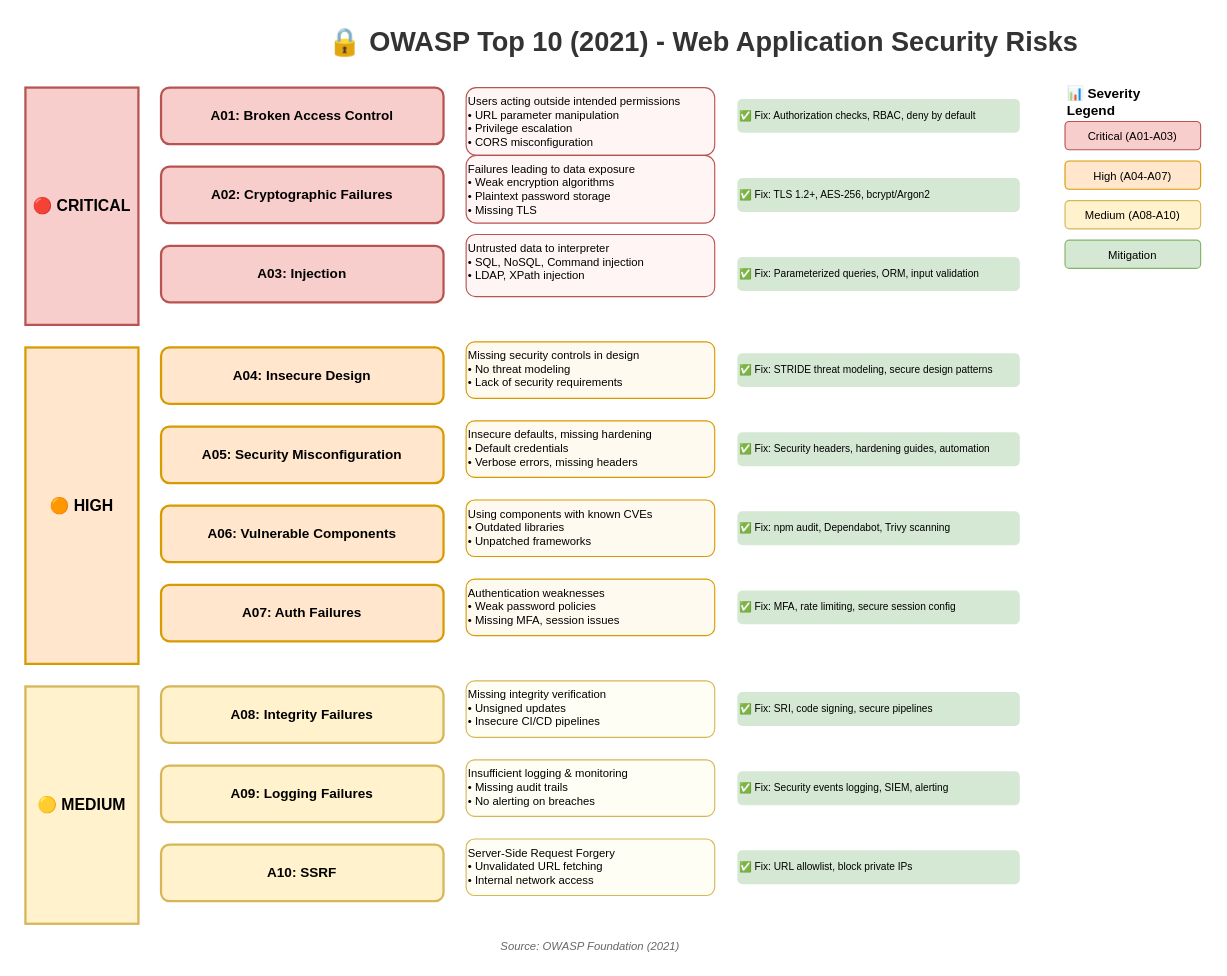
This is lesson-06-security/01-application-security/1.1-owasp-top-10.drawio from MrParkerZ7/document-lesson-software-architect-x-claude, a draw.io file, before an edit. Source tidied: cells renumbered, new cells numbered last; positions are measured from the earlier drawing's top-left corner, leaving out a move shared by most shapes. Both pictures are drawn from the tidied source at 113%, with x=0, y=0 at pixel (25, 19).
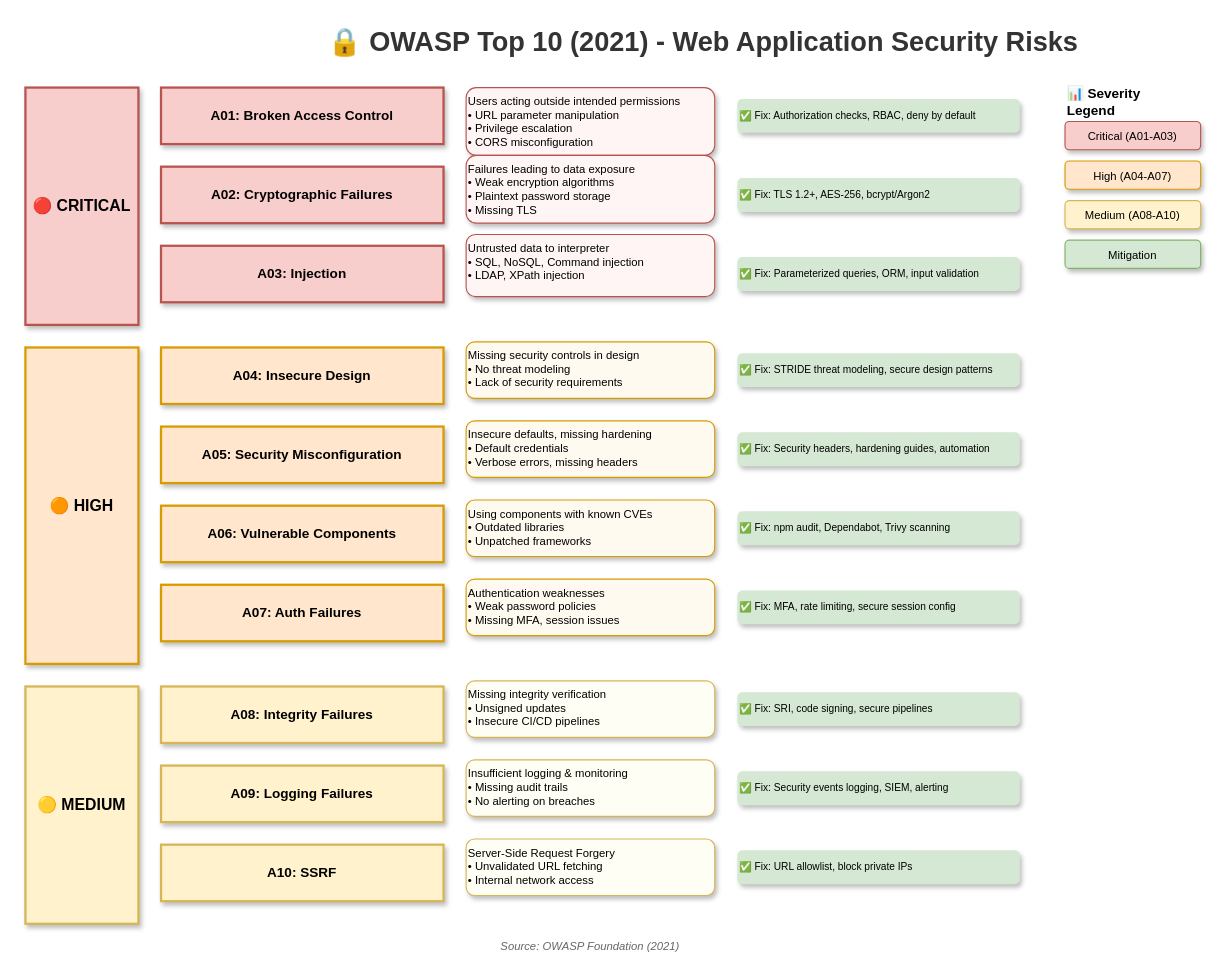
Above is the later version.

Diff of the diagram source:
```diff
@@
-    <mxCell id="3" value="🔴 CRITICAL" style="rounded=0;whiteSpace=wrap;html=1;fillColor=#f8cecc;strokeColor=#b85450;strokeWidth=2;fontSize=14;fontStyle=1;verticalAlign=middle;" parent="1" vertex="1">
+    <mxCell id="3" value="🔴 CRITICAL" style="rounded=0;whiteSpace=wrap;html=1;fillColor=#f8cecc;strokeColor=#b85450;strokeWidth=2;fontSize=14;fontStyle=1;verticalAlign=middle;shadow=1;" parent="1" vertex="1">
       <mxGeometry y="60" width="100" height="210" as="geometry" />
     </mxCell>
-    <mxCell id="4" value="A01: Broken Access Control" style="rounded=1;whiteSpace=wrap;html=1;fillColor=#f8cecc;strokeColor=#b85450;strokeWidth=2;fontSize=12;fontStyle=1;" parent="1" vertex="1">
+    <mxCell id="4" value="A01: Broken Access Control" style="rounded=0;whiteSpace=wrap;html=1;fillColor=#f8cecc;strokeColor=#b85450;strokeWidth=2;fontSize=12;fontStyle=1;shadow=1;" parent="1" vertex="1">
       <mxGeometry x="120" y="60" width="250" height="50" as="geometry" />
     </mxCell>
-    <mxCell id="5" value="Users acting outside intended permissions&#10;• URL parameter manipulation&#10;• Privilege escalation&#10;• CORS misconfiguration" style="text;html=1;strokeColor=#b85450;fillColor=#fff5f5;align=left;verticalAlign=top;whiteSpace=wrap;rounded=1;fontSize=10;" parent="1" vertex="1">
+    <mxCell id="5" value="Users acting outside intended permissions&#10;• URL parameter manipulation&#10;• Privilege escalation&#10;• CORS misconfiguration" style="text;html=1;strokeColor=#b85450;fillColor=#fff5f5;align=left;verticalAlign=top;whiteSpace=wrap;rounded=1;fontSize=10;shadow=1;" parent="1" vertex="1">
       <mxGeometry x="390" y="60" width="220" height="60" as="geometry" />
     </mxCell>
-    <mxCell id="6" value="✅ Fix: Authorization checks, RBAC, deny by default" style="text;html=1;strokeColor=none;fillColor=#d5e8d4;align=left;verticalAlign=middle;whiteSpace=wrap;rounded=1;fontSize=9;" parent="1" vertex="1">
+    <mxCell id="6" value="✅ Fix: Authorization checks, RBAC, deny by default" style="text;html=1;strokeColor=none;fillColor=#d5e8d4;align=left;verticalAlign=middle;whiteSpace=wrap;rounded=1;fontSize=9;shadow=1;" parent="1" vertex="1">
       <mxGeometry x="630" y="70" width="250" height="30" as="geometry" />
     </mxCell>
-    <mxCell id="7" value="A02: Cryptographic Failures" style="rounded=1;whiteSpace=wrap;html=1;fillColor=#f8cecc;strokeColor=#b85450;strokeWidth=2;fontSize=12;fontStyle=1;" parent="1" vertex="1">
+    <mxCell id="7" value="A02: Cryptographic Failures" style="rounded=0;whiteSpace=wrap;html=1;fillColor=#f8cecc;strokeColor=#b85450;strokeWidth=2;fontSize=12;fontStyle=1;shadow=1;" parent="1" vertex="1">
       <mxGeometry x="120" y="130" width="250" height="50" as="geometry" />
     </mxCell>
-    <mxCell id="8" value="Failures leading to data exposure&#10;• Weak encryption algorithms&#10;• Plaintext password storage&#10;• Missing TLS" style="text;html=1;strokeColor=#b85450;fillColor=#fff5f5;align=left;verticalAlign=top;whiteSpace=wrap;rounded=1;fontSize=10;" parent="1" vertex="1">
+    <mxCell id="8" value="Failures leading to data exposure&#10;• Weak encryption algorithms&#10;• Plaintext password storage&#10;• Missing TLS" style="text;html=1;strokeColor=#b85450;fillColor=#fff5f5;align=left;verticalAlign=top;whiteSpace=wrap;rounded=1;fontSize=10;shadow=1;" parent="1" vertex="1">
       <mxGeometry x="390" y="120" width="220" height="60" as="geometry" />
     </mxCell>
-    <mxCell id="9" value="✅ Fix: TLS 1.2+, AES-256, bcrypt/Argon2" style="text;html=1;strokeColor=none;fillColor=#d5e8d4;align=left;verticalAlign=middle;whiteSpace=wrap;rounded=1;fontSize=9;" parent="1" vertex="1">
+    <mxCell id="9" value="✅ Fix: TLS 1.2+, AES-256, bcrypt/Argon2" style="text;html=1;strokeColor=none;fillColor=#d5e8d4;align=left;verticalAlign=middle;whiteSpace=wrap;rounded=1;fontSize=9;shadow=1;" parent="1" vertex="1">
       <mxGeometry x="630" y="140" width="250" height="30" as="geometry" />
     </mxCell>
-    <mxCell id="10" value="A03: Injection" style="rounded=1;whiteSpace=wrap;html=1;fillColor=#f8cecc;strokeColor=#b85450;strokeWidth=2;fontSize=12;fontStyle=1;" parent="1" vertex="1">
+    <mxCell id="10" value="A03: Injection" style="rounded=0;whiteSpace=wrap;html=1;fillColor=#f8cecc;strokeColor=#b85450;strokeWidth=2;fontSize=12;fontStyle=1;shadow=1;" parent="1" vertex="1">
       <mxGeometry x="120" y="200" width="250" height="50" as="geometry" />
     </mxCell>
-    <mxCell id="11" value="Untrusted data to interpreter&#10;• SQL, NoSQL, Command injection&#10;• LDAP, XPath injection" style="text;html=1;strokeColor=#b85450;fillColor=#fff5f5;align=left;verticalAlign=top;whiteSpace=wrap;rounded=1;fontSize=10;" parent="1" vertex="1">
+    <mxCell id="11" value="Untrusted data to interpreter&#10;• SQL, NoSQL, Command injection&#10;• LDAP, XPath injection" style="text;html=1;strokeColor=#b85450;fillColor=#fff5f5;align=left;verticalAlign=top;whiteSpace=wrap;rounded=1;fontSize=10;shadow=1;" parent="1" vertex="1">
       <mxGeometry x="390" y="190" width="220" height="55" as="geometry" />
     </mxCell>
-    <mxCell id="12" value="✅ Fix: Parameterized queries, ORM, input validation" style="text;html=1;strokeColor=none;fillColor=#d5e8d4;align=left;verticalAlign=middle;whiteSpace=wrap;rounded=1;fontSize=9;" parent="1" vertex="1">
+    <mxCell id="12" value="✅ Fix: Parameterized queries, ORM, input validation" style="text;html=1;strokeColor=none;fillColor=#d5e8d4;align=left;verticalAlign=middle;whiteSpace=wrap;rounded=1;fontSize=9;shadow=1;" parent="1" vertex="1">
       <mxGeometry x="630" y="210" width="250" height="30" as="geometry" />
     </mxCell>
-    <mxCell id="13" value="🟠 HIGH" style="rounded=0;whiteSpace=wrap;html=1;fillColor=#ffe6cc;strokeColor=#d79b00;strokeWidth=2;fontSize=14;fontStyle=1;verticalAlign=middle;" parent="1" vertex="1">
+    <mxCell id="13" value="🟠 HIGH" style="rounded=0;whiteSpace=wrap;html=1;fillColor=#ffe6cc;strokeColor=#d79b00;strokeWidth=2;fontSize=14;fontStyle=1;verticalAlign=middle;shadow=1;" parent="1" vertex="1">
       <mxGeometry y="290" width="100" height="280" as="geometry" />
     </mxCell>
-    <mxCell id="14" value="A04: Insecure Design" style="rounded=1;whiteSpace=wrap;html=1;fillColor=#ffe6cc;strokeColor=#d79b00;strokeWidth=2;fontSize=12;fontStyle=1;" parent="1" vertex="1">
+    <mxCell id="14" value="A04: Insecure Design" style="rounded=0;whiteSpace=wrap;html=1;fillColor=#ffe6cc;strokeColor=#d79b00;strokeWidth=2;fontSize=12;fontStyle=1;shadow=1;" parent="1" vertex="1">
       <mxGeometry x="120" y="290" width="250" height="50" as="geometry" />
     </mxCell>
-    <mxCell id="15" value="Missing security controls in design&#10;• No threat modeling&#10;• Lack of security requirements" style="text;html=1;strokeColor=#d79b00;fillColor=#fffaf0;align=left;verticalAlign=top;whiteSpace=wrap;rounded=1;fontSize=10;" parent="1" vertex="1">
+    <mxCell id="15" value="Missing security controls in design&#10;• No threat modeling&#10;• Lack of security requirements" style="text;html=1;strokeColor=#d79b00;fillColor=#fffaf0;align=left;verticalAlign=top;whiteSpace=wrap;rounded=1;fontSize=10;shadow=1;" parent="1" vertex="1">
       <mxGeometry x="390" y="285" width="220" height="50" as="geometry" />
     </mxCell>
-    <mxCell id="16" value="✅ Fix: STRIDE threat modeling, secure design patterns" style="text;html=1;strokeColor=none;fillColor=#d5e8d4;align=left;verticalAlign=middle;whiteSpace=wrap;rounded=1;fontSize=9;" parent="1" vertex="1">
+    <mxCell id="16" value="✅ Fix: STRIDE threat modeling, secure design patterns" style="text;html=1;strokeColor=none;fillColor=#d5e8d4;align=left;verticalAlign=middle;whiteSpace=wrap;rounded=1;fontSize=9;shadow=1;" parent="1" vertex="1">
       <mxGeometry x="630" y="295" width="250" height="30" as="geometry" />
     </mxCell>
-    <mxCell id="17" value="A05: Security Misconfiguration" style="rounded=1;whiteSpace=wrap;html=1;fillColor=#ffe6cc;strokeColor=#d79b00;strokeWidth=2;fontSize=12;fontStyle=1;" parent="1" vertex="1">
+    <mxCell id="17" value="A05: Security Misconfiguration" style="rounded=0;whiteSpace=wrap;html=1;fillColor=#ffe6cc;strokeColor=#d79b00;strokeWidth=2;fontSize=12;fontStyle=1;shadow=1;" parent="1" vertex="1">
       <mxGeometry x="120" y="360" width="250" height="50" as="geometry" />
     </mxCell>
-    <mxCell id="18" value="Insecure defaults, missing hardening&#10;• Default credentials&#10;• Verbose errors, missing headers" style="text;html=1;strokeColor=#d79b00;fillColor=#fffaf0;align=left;verticalAlign=top;whiteSpace=wrap;rounded=1;fontSize=10;" parent="1" vertex="1">
+    <mxCell id="18" value="Insecure defaults, missing hardening&#10;• Default credentials&#10;• Verbose errors, missing headers" style="text;html=1;strokeColor=#d79b00;fillColor=#fffaf0;align=left;verticalAlign=top;whiteSpace=wrap;rounded=1;fontSize=10;shadow=1;" parent="1" vertex="1">
       <mxGeometry x="390" y="355" width="220" height="50" as="geometry" />
     </mxCell>
-    <mxCell id="19" value="✅ Fix: Security headers, hardening guides, automation" style="text;html=1;strokeColor=none;fillColor=#d5e8d4;align=left;verticalAlign=middle;whiteSpace=wrap;rounded=1;fontSize=9;" parent="1" vertex="1">
+    <mxCell id="19" value="✅ Fix: Security headers, hardening guides, automation" style="text;html=1;strokeColor=none;fillColor=#d5e8d4;align=left;verticalAlign=middle;whiteSpace=wrap;rounded=1;fontSize=9;shadow=1;" parent="1" vertex="1">
       <mxGeometry x="630" y="365" width="250" height="30" as="geometry" />
     </mxCell>
-    <mxCell id="20" value="A06: Vulnerable Components" style="rounded=1;whiteSpace=wrap;html=1;fillColor=#ffe6cc;strokeColor=#d79b00;strokeWidth=2;fontSize=12;fontStyle=1;" parent="1" vertex="1">
+    <mxCell id="20" value="A06: Vulnerable Components" style="rounded=0;whiteSpace=wrap;html=1;fillColor=#ffe6cc;strokeColor=#d79b00;strokeWidth=2;fontSize=12;fontStyle=1;shadow=1;" parent="1" vertex="1">
       <mxGeometry x="120" y="430" width="250" height="50" as="geometry" />
     </mxCell>
-    <mxCell id="21" value="Using components with known CVEs&#10;• Outdated libraries&#10;• Unpatched frameworks" style="text;html=1;strokeColor=#d79b00;fillColor=#fffaf0;align=left;verticalAlign=top;whiteSpace=wrap;rounded=1;fontSize=10;" parent="1" vertex="1">
+    <mxCell id="21" value="Using components with known CVEs&#10;• Outdated libraries&#10;• Unpatched frameworks" style="text;html=1;strokeColor=#d79b00;fillColor=#fffaf0;align=left;verticalAlign=top;whiteSpace=wrap;rounded=1;fontSize=10;shadow=1;" parent="1" vertex="1">
       <mxGeometry x="390" y="425" width="220" height="50" as="geometry" />
     </mxCell>
-    <mxCell id="22" value="✅ Fix: npm audit, Dependabot, Trivy scanning" style="text;html=1;strokeColor=none;fillColor=#d5e8d4;align=left;verticalAlign=middle;whiteSpace=wrap;rounded=1;fontSize=9;" parent="1" vertex="1">
+    <mxCell id="22" value="✅ Fix: npm audit, Dependabot, Trivy scanning" style="text;html=1;strokeColor=none;fillColor=#d5e8d4;align=left;verticalAlign=middle;whiteSpace=wrap;rounded=1;fontSize=9;shadow=1;" parent="1" vertex="1">
       <mxGeometry x="630" y="435" width="250" height="30" as="geometry" />
     </mxCell>
-    <mxCell id="23" value="A07: Auth Failures" style="rounded=1;whiteSpace=wrap;html=1;fillColor=#ffe6cc;strokeColor=#d79b00;strokeWidth=2;fontSize=12;fontStyle=1;" parent="1" vertex="1">
+    <mxCell id="23" value="A07: Auth Failures" style="rounded=0;whiteSpace=wrap;html=1;fillColor=#ffe6cc;strokeColor=#d79b00;strokeWidth=2;fontSize=12;fontStyle=1;shadow=1;" parent="1" vertex="1">
       <mxGeometry x="120" y="500" width="250" height="50" as="geometry" />
     </mxCell>
-    <mxCell id="24" value="Authentication weaknesses&#10;• Weak password policies&#10;• Missing MFA, session issues" style="text;html=1;strokeColor=#d79b00;fillColor=#fffaf0;align=left;verticalAlign=top;whiteSpace=wrap;rounded=1;fontSize=10;" parent="1" vertex="1">
+    <mxCell id="24" value="Authentication weaknesses&#10;• Weak password policies&#10;• Missing MFA, session issues" style="text;html=1;strokeColor=#d79b00;fillColor=#fffaf0;align=left;verticalAlign=top;whiteSpace=wrap;rounded=1;fontSize=10;shadow=1;" parent="1" vertex="1">
       <mxGeometry x="390" y="495" width="220" height="50" as="geometry" />
     </mxCell>
-    <mxCell id="25" value="✅ Fix: MFA, rate limiting, secure session config" style="text;html=1;strokeColor=none;fillColor=#d5e8d4;align=left;verticalAlign=middle;whiteSpace=wrap;rounded=1;fontSize=9;" parent="1" vertex="1">
+    <mxCell id="25" value="✅ Fix: MFA, rate limiting, secure session config" style="text;html=1;strokeColor=none;fillColor=#d5e8d4;align=left;verticalAlign=middle;whiteSpace=wrap;rounded=1;fontSize=9;shadow=1;" parent="1" vertex="1">
       <mxGeometry x="630" y="505" width="250" height="30" as="geometry" />
     </mxCell>
-    <mxCell id="26" value="🟡 MEDIUM" style="rounded=0;whiteSpace=wrap;html=1;fillColor=#fff2cc;strokeColor=#d6b656;strokeWidth=2;fontSize=14;fontStyle=1;verticalAlign=middle;" parent="1" vertex="1">
+    <mxCell id="26" value="🟡 MEDIUM" style="rounded=0;whiteSpace=wrap;html=1;fillColor=#fff2cc;strokeColor=#d6b656;strokeWidth=2;fontSize=14;fontStyle=1;verticalAlign=middle;shadow=1;" parent="1" vertex="1">
       <mxGeometry y="590" width="100" height="210" as="geometry" />
     </mxCell>
-    <mxCell id="27" value="A08: Integrity Failures" style="rounded=1;whiteSpace=wrap;html=1;fillColor=#fff2cc;strokeColor=#d6b656;strokeWidth=2;fontSize=12;fontStyle=1;" parent="1" vertex="1">
+    <mxCell id="27" value="A08: Integrity Failures" style="rounded=0;whiteSpace=wrap;html=1;fillColor=#fff2cc;strokeColor=#d6b656;strokeWidth=2;fontSize=12;fontStyle=1;shadow=1;" parent="1" vertex="1">
       <mxGeometry x="120" y="590" width="250" height="50" as="geometry" />
     </mxCell>
-    <mxCell id="28" value="Missing integrity verification&#10;• Unsigned updates&#10;• Insecure CI/CD pipelines" style="text;html=1;strokeColor=#d6b656;fillColor=#fffef5;align=left;verticalAlign=top;whiteSpace=wrap;rounded=1;fontSize=10;" parent="1" vertex="1">
+    <mxCell id="28" value="Missing integrity verification&#10;• Unsigned updates&#10;• Insecure CI/CD pipelines" style="text;html=1;strokeColor=#d6b656;fillColor=#fffef5;align=left;verticalAlign=top;whiteSpace=wrap;rounded=1;fontSize=10;shadow=1;" parent="1" vertex="1">
       <mxGeometry x="390" y="585" width="220" height="50" as="geometry" />
     </mxCell>
-    <mxCell id="29" value="✅ Fix: SRI, code signing, secure pipelines" style="text;html=1;strokeColor=none;fillColor=#d5e8d4;align=left;verticalAlign=middle;whiteSpace=wrap;rounded=1;fontSize=9;" parent="1" vertex="1">
+    <mxCell id="29" value="✅ Fix: SRI, code signing, secure pipelines" style="text;html=1;strokeColor=none;fillColor=#d5e8d4;align=left;verticalAlign=middle;whiteSpace=wrap;rounded=1;fontSize=9;shadow=1;" parent="1" vertex="1">
       <mxGeometry x="630" y="595" width="250" height="30" as="geometry" />
     </mxCell>
-    <mxCell id="30" value="A09: Logging Failures" style="rounded=1;whiteSpace=wrap;html=1;fillColor=#fff2cc;strokeColor=#d6b656;strokeWidth=2;fontSize=12;fontStyle=1;" parent="1" vertex="1">
+    <mxCell id="30" value="A09: Logging Failures" style="rounded=0;whiteSpace=wrap;html=1;fillColor=#fff2cc;strokeColor=#d6b656;strokeWidth=2;fontSize=12;fontStyle=1;shadow=1;" parent="1" vertex="1">
       <mxGeometry x="120" y="660" width="250" height="50" as="geometry" />
     </mxCell>
-    <mxCell id="31" value="Insufficient logging &amp; monitoring&#10;• Missing audit trails&#10;• No alerting on breaches" style="text;html=1;strokeColor=#d6b656;fillColor=#fffef5;align=left;verticalAlign=top;whiteSpace=wrap;rounded=1;fontSize=10;" parent="1" vertex="1">
+    <mxCell id="31" value="Insufficient logging &amp; monitoring&#10;• Missing audit trails&#10;• No alerting on breaches" style="text;html=1;strokeColor=#d6b656;fillColor=#fffef5;align=left;verticalAlign=top;whiteSpace=wrap;rounded=1;fontSize=10;shadow=1;" parent="1" vertex="1">
       <mxGeometry x="390" y="655" width="220" height="50" as="geometry" />
     </mxCell>
-    <mxCell id="32" value="✅ Fix: Security events logging, SIEM, alerting" style="text;html=1;strokeColor=none;fillColor=#d5e8d4;align=left;verticalAlign=middle;whiteSpace=wrap;rounded=1;fontSize=9;" parent="1" vertex="1">
+    <mxCell id="32" value="✅ Fix: Security events logging, SIEM, alerting" style="text;html=1;strokeColor=none;fillColor=#d5e8d4;align=left;verticalAlign=middle;whiteSpace=wrap;rounded=1;fontSize=9;shadow=1;" parent="1" vertex="1">
       <mxGeometry x="630" y="665" width="250" height="30" as="geometry" />
     </mxCell>
-    <mxCell id="33" value="A10: SSRF" style="rounded=1;whiteSpace=wrap;html=1;fillColor=#fff2cc;strokeColor=#d6b656;strokeWidth=2;fontSize=12;fontStyle=1;" parent="1" vertex="1">
+    <mxCell id="33" value="A10: SSRF" style="rounded=0;whiteSpace=wrap;html=1;fillColor=#fff2cc;strokeColor=#d6b656;strokeWidth=2;fontSize=12;fontStyle=1;shadow=1;" parent="1" vertex="1">
       <mxGeometry x="120" y="730" width="250" height="50" as="geometry" />
     </mxCell>
-    <mxCell id="34" value="Server-Side Request Forgery&#10;• Unvalidated URL fetching&#10;• Internal network access" style="text;html=1;strokeColor=#d6b656;fillColor=#fffef5;align=left;verticalAlign=top;whiteSpace=wrap;rounded=1;fontSize=10;" parent="1" vertex="1">
+    <mxCell id="34" value="Server-Side Request Forgery&#10;• Unvalidated URL fetching&#10;• Internal network access" style="text;html=1;strokeColor=#d6b656;fillColor=#fffef5;align=left;verticalAlign=top;whiteSpace=wrap;rounded=1;fontSize=10;shadow=1;" parent="1" vertex="1">
       <mxGeometry x="390" y="725" width="220" height="50" as="geometry" />
     </mxCell>
-    <mxCell id="35" value="✅ Fix: URL allowlist, block private IPs" style="text;html=1;strokeColor=none;fillColor=#d5e8d4;align=left;verticalAlign=middle;whiteSpace=wrap;rounded=1;fontSize=9;" parent="1" vertex="1">
+    <mxCell id="35" value="✅ Fix: URL allowlist, block private IPs" style="text;html=1;strokeColor=none;fillColor=#d5e8d4;align=left;verticalAlign=middle;whiteSpace=wrap;rounded=1;fontSize=9;shadow=1;" parent="1" vertex="1">
       <mxGeometry x="630" y="735" width="250" height="30" as="geometry" />
     </mxCell>
@@
-    <mxCell id="37" value="Critical (A01-A03)" style="rounded=1;whiteSpace=wrap;html=1;fillColor=#f8cecc;strokeColor=#b85450;fontSize=10;" parent="1" vertex="1">
+    <mxCell id="37" value="Critical (A01-A03)" style="rounded=1;whiteSpace=wrap;html=1;fillColor=#f8cecc;strokeColor=#b85450;fontSize=10;shadow=1;" parent="1" vertex="1">
       <mxGeometry x="920" y="90" width="120" height="25" as="geometry" />
     </mxCell>
-    <mxCell id="38" value="High (A04-A07)" style="rounded=1;whiteSpace=wrap;html=1;fillColor=#ffe6cc;strokeColor=#d79b00;fontSize=10;" parent="1" vertex="1">
+    <mxCell id="38" value="High (A04-A07)" style="rounded=1;whiteSpace=wrap;html=1;fillColor=#ffe6cc;strokeColor=#d79b00;fontSize=10;shadow=1;" parent="1" vertex="1">
       <mxGeometry x="920" y="125" width="120" height="25" as="geometry" />
     </mxCell>
-    <mxCell id="39" value="Medium (A08-A10)" style="rounded=1;whiteSpace=wrap;html=1;fillColor=#fff2cc;strokeColor=#d6b656;fontSize=10;" parent="1" vertex="1">
+    <mxCell id="39" value="Medium (A08-A10)" style="rounded=1;whiteSpace=wrap;html=1;fillColor=#fff2cc;strokeColor=#d6b656;fontSize=10;shadow=1;" parent="1" vertex="1">
       <mxGeometry x="920" y="160" width="120" height="25" as="geometry" />
     </mxCell>
-    <mxCell id="40" value="Mitigation" style="rounded=1;whiteSpace=wrap;html=1;fillColor=#d5e8d4;strokeColor=#82b366;fontSize=10;" parent="1" vertex="1">
+    <mxCell id="40" value="Mitigation" style="rounded=1;whiteSpace=wrap;html=1;fillColor=#d5e8d4;strokeColor=#82b366;fontSize=10;shadow=1;" parent="1" vertex="1">
       <mxGeometry x="920" y="195" width="120" height="25" as="geometry" />
     </mxCell>
```
